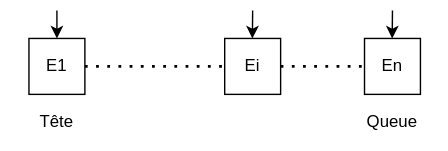
Above: sections/part3/images/listes.svg in BastienGarnier/CoursMinitel (draw.io), before the change. Source tidied: cells renumbered, new cells last; positions are measured from the earlier drawing's top-left corner, leaving out a move shared by most shapes.
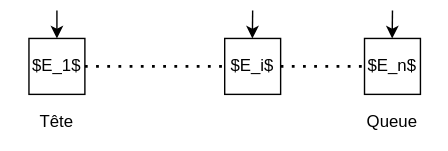
After the commit.

What changed in the source:
```diff
@@ -2,16 +2,16 @@
   <root>
     <mxCell id="0" />
     <mxCell id="1" parent="0" />
-    <mxCell id="2" value="E1" style="whiteSpace=wrap;html=1;" parent="1" vertex="1">
+    <mxCell id="2" value="$E_1$" style="whiteSpace=wrap;html=1;" parent="1" vertex="1">
       <mxGeometry x="20" y="20" width="40" height="40" as="geometry" />
     </mxCell>
-    <mxCell id="3" value="Ei" style="whiteSpace=wrap;html=1;" parent="1" vertex="1">
+    <mxCell id="3" value="$E_i$" style="whiteSpace=wrap;html=1;" parent="1" vertex="1">
       <mxGeometry x="160" y="20" width="40" height="40" as="geometry" />
     </mxCell>
     <mxCell id="4" style="endArrow=none;dashed=1;html=1;dashPattern=1 3;strokeWidth=2;rounded=0;exitX=1;exitY=0.5;exitDx=0;exitDy=0;entryX=0;entryY=0.5;entryDx=0;entryDy=0;" parent="1" edge="1" source="2" target="3">
       <mxGeometry relative="1" as="geometry" />
     </mxCell>
-    <mxCell id="5" value="En" style="whiteSpace=wrap;html=1;" parent="1" vertex="1">
+    <mxCell id="5" value="$E_n$" style="whiteSpace=wrap;html=1;" parent="1" vertex="1">
       <mxGeometry x="260" y="20" width="40" height="40" as="geometry" />
     </mxCell>
     <mxCell id="6" style="endArrow=none;dashed=1;html=1;dashPattern=1 3;strokeWidth=2;rounded=0;exitX=1;exitY=0.5;exitDx=0;exitDy=0;" parent="1" edge="1" source="3">
```
